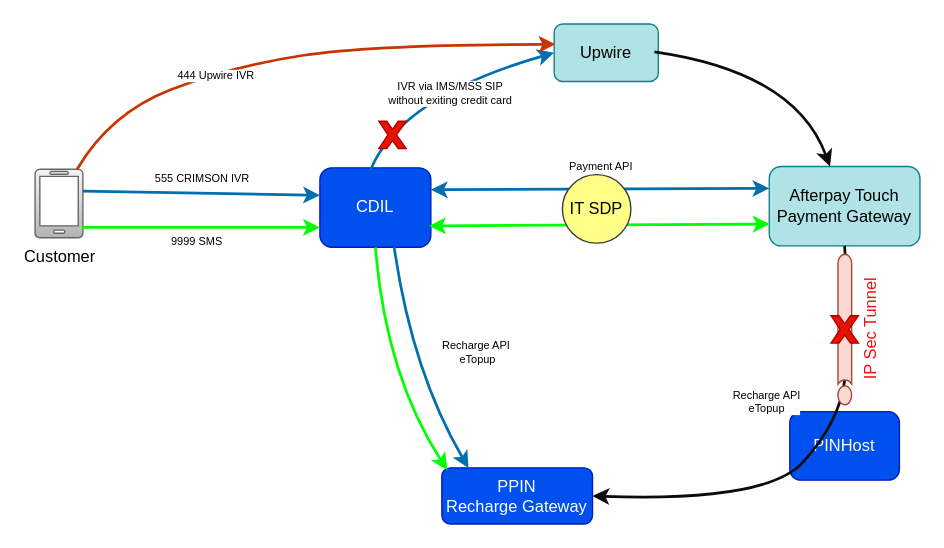
This is Afterpay Touch Diagram.drawio from you-zhou/drawio, a draw.io file, before an edit. Source tidied: cells renumbered, new cells numbered last; positions are measured from the earlier drawing's top-left corner, leaving out a move shared by most shapes. Both pictures are drawn from the tidied source at 137%, with x=0, y=0 at pixel (34, 23).
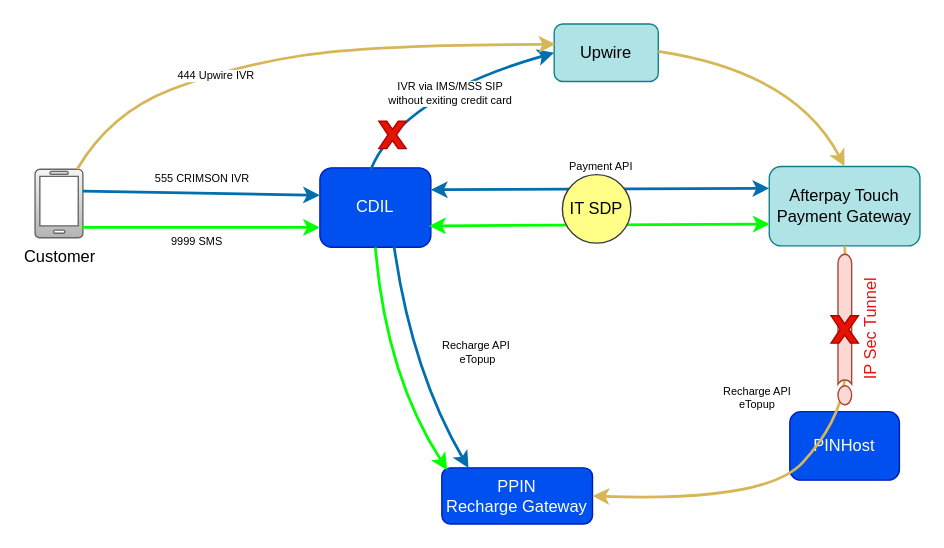
The same page after the edit.

Commit message:
updated color for upwire flow

Unchanged cells that the change refers to:
```xml
<mxCell id="3" value="Customer" style="verticalLabelPosition=bottom;html=1;verticalAlign=top;align=center;strokeColor=#666666;fillColor=#f5f5f5;shape=mxgraph.azure.mobile;gradientColor=#b3b3b3;" parent="1" vertex="1">
  <mxGeometry y="106" width="35" height="50" as="geometry" />
</mxCell>
<mxCell id="4" value="Afterpay Touch Payment Gateway" style="rounded=1;whiteSpace=wrap;html=1;fillColor=#b0e3e6;strokeColor=#0e8088;" parent="1" vertex="1">
  <mxGeometry x="536" y="104" width="110" height="58" as="geometry" />
</mxCell>
<mxCell id="6" value="Upwire" style="rounded=1;whiteSpace=wrap;html=1;fillColor=#b0e3e6;strokeColor=#0e8088;" parent="1" vertex="1">
  <mxGeometry x="379" width="76" height="42" as="geometry" />
</mxCell>
<mxCell id="11" value="PPIN&lt;div&gt;Recharge Gateway&lt;/div&gt;" style="rounded=1;whiteSpace=wrap;html=1;fillColor=#0050ef;fontColor=#ffffff;strokeColor=#001DBC;" parent="1" vertex="1">
  <mxGeometry x="297" y="324" width="110" height="41" as="geometry" />
</mxCell>
```

Diff of the diagram source:
```diff
@@
-    <mxCell id="10" value="444 Upwire IVR" style="curved=1;endArrow=classic;html=1;rounded=0;entryX=0.012;entryY=0.354;entryDx=0;entryDy=0;fillColor=#fa6800;strokeColor=#C73500;strokeWidth=2;entryPerimeter=0;exitX=0.879;exitY=0;exitDx=0;exitDy=0;exitPerimeter=0;fontSize=8;" parent="1" edge="1" source="3" target="6">
+    <mxCell id="10" value="444 Upwire IVR" style="curved=1;endArrow=classic;html=1;rounded=0;entryX=0.012;entryY=0.354;entryDx=0;entryDy=0;strokeWidth=2;entryPerimeter=0;exitX=0.879;exitY=0;exitDx=0;exitDy=0;exitPerimeter=0;fontSize=8;fillColor=#fff2cc;gradientColor=#ffd966;strokeColor=#d6b656;" parent="1" edge="1" source="3" target="6">
       <mxGeometry x="-0.32" y="-3" relative="1" as="geometry">
         <Array as="points">
           <mxPoint x="55" y="65" />
           <mxPoint x="143" y="31" />
           <mxPoint x="247" y="15" />
         </Array>
       </mxGeometry>
     </mxCell>
@@
-    <mxCell id="12" value="Recharge API&lt;div style=&quot;font-size: 8px;&quot;&gt;eTopup&lt;/div&gt;" style="curved=1;endArrow=classic;html=1;rounded=0;fillColor=#0050ef;strokeColor=#0c0c0d;strokeWidth=2;exitX=0.5;exitY=1;exitDx=0;exitDy=0;entryX=1;entryY=0.5;entryDx=0;entryDy=0;fontSize=8;" parent="1" edge="1" source="4" target="11">
-      <mxGeometry x="-0.08" y="-49" relative="1" as="geometry">
+    <mxCell id="12" value="Recharge API&lt;div style=&quot;font-size: 8px;&quot;&gt;eTopup&lt;/div&gt;" style="curved=1;endArrow=classic;html=1;rounded=0;fillColor=#fff2cc;strokeColor=#d6b656;strokeWidth=2;exitX=0.5;exitY=1;exitDx=0;exitDy=0;entryX=1;entryY=0.5;entryDx=0;entryDy=0;fontSize=8;gradientColor=#ffd966;" parent="1" edge="1" source="4" target="11">
+      <mxGeometry x="-0.07" y="-56" relative="1" as="geometry">
         <Array as="points">
           <mxPoint x="595" y="230" />
           <mxPoint x="587" y="291" />
           <mxPoint x="534" y="349" />
         </Array>
+        <mxPoint x="-1" as="offset" />
       </mxGeometry>
     </mxCell>
@@
-    <mxCell id="20" style="curved=1;endArrow=classic;html=1;rounded=0;fillColor=#0050ef;strokeColor=#0c0c0d;strokeWidth=2;exitX=0.963;exitY=0.483;exitDx=0;exitDy=0;exitPerimeter=0;" parent="1" edge="1" source="6" target="4">
+    <mxCell id="20" style="curved=1;endArrow=classic;html=1;rounded=0;fillColor=#fff2cc;strokeColor=#d6b656;strokeWidth=2;gradientColor=#ffd966;entryX=0.5;entryY=0;entryDx=0;entryDy=0;" parent="1" edge="1" target="4">
       <mxGeometry x="0.14" y="1" relative="1" as="geometry">
+        <mxPoint x="455" y="20" as="sourcePoint" />
         <Array as="points">
           <mxPoint x="555" y="35" />
         </Array>
       </mxGeometry>
     </mxCell>
```
